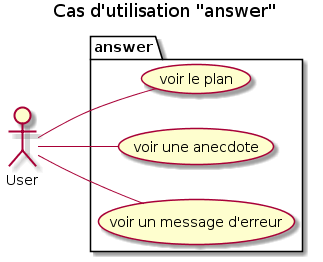
Zepmanbc/oc_dapython_pr7 keeps this PlantUML diagram as doc/img/03_UC_answer.png. Above is the earlier version.
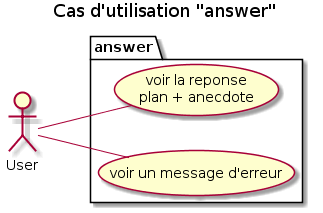
Later version of the same file.

Change to the diagram source:
```diff
@@ -3,15 +3,13 @@
 
 package answer{
     left to right direction
-    (voir le plan) as map
-    (voir une anecdote) as story
+    (voir la reponse \n plan + anecdote) as reponse
     (voir un message d'erreur) as error
 }
 
 actor User
 
-User -- map
-User -- story
+User -- reponse
 User -- error
 
 @enduml
```
